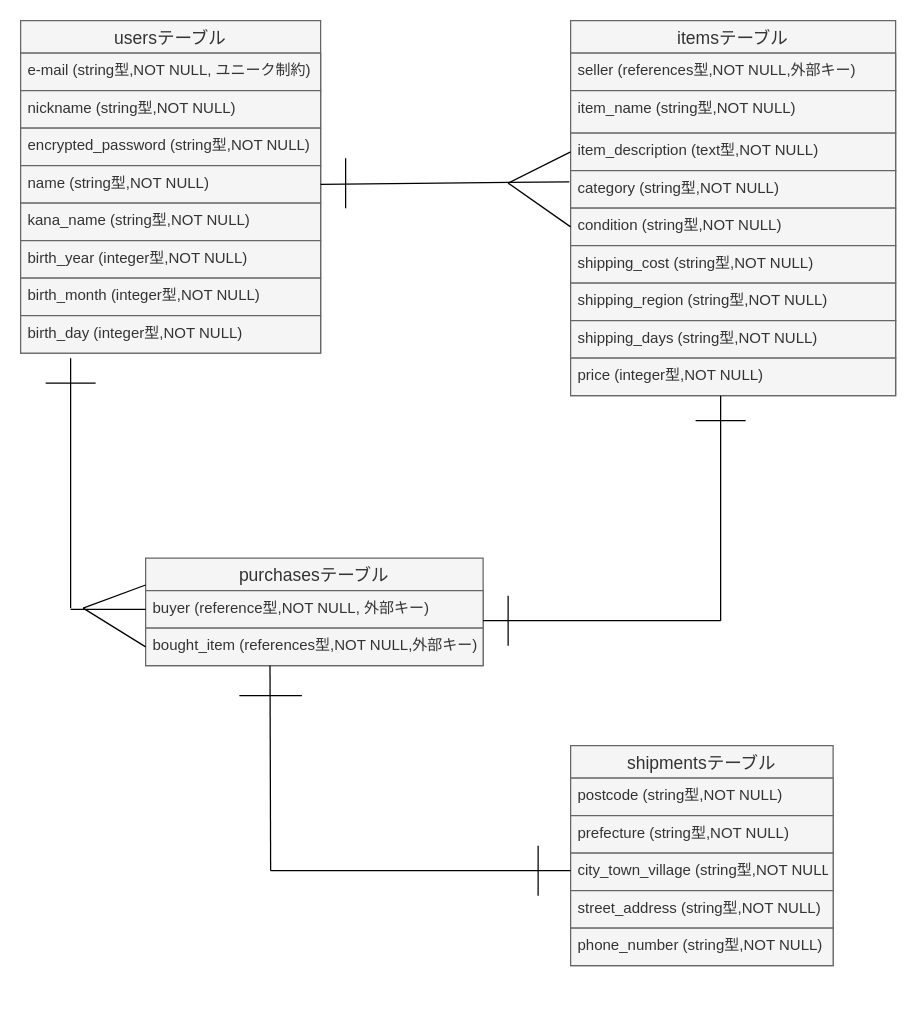
The draw.io diagram er.dio in BR9-2020/furima-39597, before the edit. Source tidied: cells renumbered, new cells numbered last; positions are measured from the earlier drawing's top-left corner, leaving out a move shared by most shapes. Both pictures are drawn from the tidied source at 125%, with x=0, y=0 at pixel (20, 20).
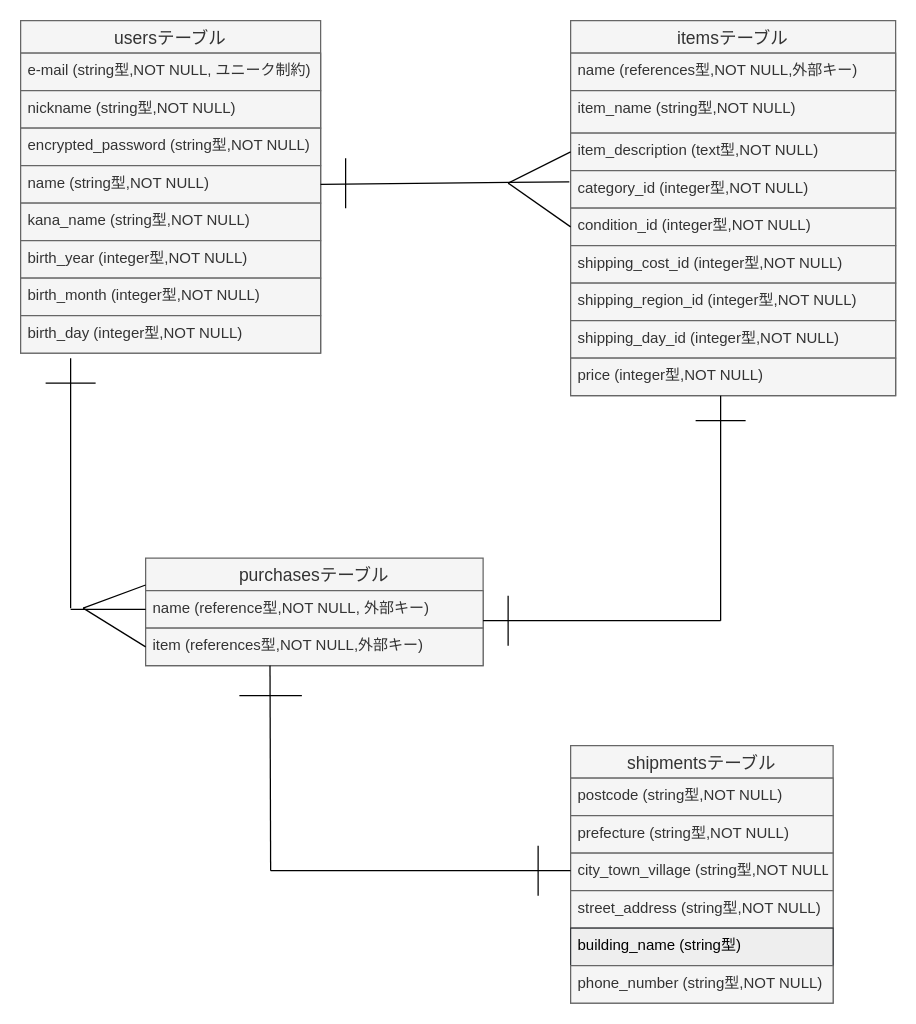
Above is the later version.

The change refers to these unchanged cells:
```xml
<mxCell id="11" value="itemsテーブル" style="swimlane;fontStyle=0;horizontal=1;startSize=26;align=center;fontSize=14;fillColor=#f5f5f5;fontColor=#333333;strokeColor=#666666;" parent="1" vertex="1">
  <mxGeometry x="440" width="260" height="300" as="geometry" />
</mxCell>
<mxCell id="21" value="purchasesテーブル" style="swimlane;fontStyle=0;horizontal=1;startSize=26;align=center;fontSize=14;fillColor=#f5f5f5;fontColor=#333333;strokeColor=#666666;" parent="1" vertex="1">
  <mxGeometry x="100" y="430" width="270" height="86" as="geometry" />
</mxCell>
```

The edit, as a diff of the source:
```diff
@@
-    <mxCell id="12" value="seller (references型,NOT NULL,外部キー)" style="text;strokeColor=#666666;fillColor=#f5f5f5;spacingLeft=4;spacingRight=4;overflow=hidden;fontSize=12;fontColor=#333333;" parent="11" vertex="1">
+    <mxCell id="12" value="name (references型,NOT NULL,外部キー)" style="text;strokeColor=#666666;fillColor=#f5f5f5;spacingLeft=4;spacingRight=4;overflow=hidden;fontSize=12;fontColor=#333333;" parent="11" vertex="1">
       <mxGeometry y="26" width="260" height="30" as="geometry" />
     </mxCell>
@@
-    <mxCell id="15" value="category (string型,NOT NULL)" style="text;strokeColor=#666666;fillColor=#f5f5f5;spacingLeft=4;spacingRight=4;overflow=hidden;points=[[0,0.5],[1,0.5]];portConstraint=eastwest;fontSize=12;fontColor=#333333;" parent="11" vertex="1">
+    <mxCell id="15" value="category_id (integer型,NOT NULL)" style="text;strokeColor=#666666;fillColor=#f5f5f5;spacingLeft=4;spacingRight=4;overflow=hidden;points=[[0,0.5],[1,0.5]];portConstraint=eastwest;fontSize=12;fontColor=#333333;" parent="11" vertex="1">
       <mxGeometry y="120" width="260" height="30" as="geometry" />
     </mxCell>
-    <mxCell id="16" value="condition (string型,NOT NULL)" style="text;strokeColor=#666666;fillColor=#f5f5f5;spacingLeft=4;spacingRight=4;overflow=hidden;points=[[0,0.5],[1,0.5]];portConstraint=eastwest;fontSize=12;fontColor=#333333;" parent="11" vertex="1">
+    <mxCell id="16" value="condition_id (integer型,NOT NULL)" style="text;strokeColor=#666666;fillColor=#f5f5f5;spacingLeft=4;spacingRight=4;overflow=hidden;points=[[0,0.5],[1,0.5]];portConstraint=eastwest;fontSize=12;fontColor=#333333;" parent="11" vertex="1">
       <mxGeometry y="150" width="260" height="30" as="geometry" />
     </mxCell>
-    <mxCell id="17" value="shipping_cost (string型,NOT NULL)" style="text;strokeColor=#666666;fillColor=#f5f5f5;spacingLeft=4;spacingRight=4;overflow=hidden;fontSize=12;fontColor=#333333;" parent="11" vertex="1">
+    <mxCell id="17" value="shipping_cost_id (integer型,NOT NULL)" style="text;strokeColor=#666666;fillColor=#f5f5f5;spacingLeft=4;spacingRight=4;overflow=hidden;fontSize=12;fontColor=#333333;" parent="11" vertex="1">
       <mxGeometry y="180" width="260" height="30" as="geometry" />
     </mxCell>
-    <mxCell id="18" value="shipping_region (string型,NOT NULL)" style="text;strokeColor=#666666;fillColor=#f5f5f5;spacingLeft=4;spacingRight=4;overflow=hidden;fontSize=12;fontColor=#333333;" parent="11" vertex="1">
+    <mxCell id="18" value="shipping_region_id (integer型,NOT NULL)" style="text;strokeColor=#666666;fillColor=#f5f5f5;spacingLeft=4;spacingRight=4;overflow=hidden;fontSize=12;fontColor=#333333;" parent="11" vertex="1">
       <mxGeometry y="210" width="260" height="30" as="geometry" />
     </mxCell>
-    <mxCell id="19" value="shipping_days (string型,NOT NULL)" style="text;strokeColor=#666666;fillColor=#f5f5f5;spacingLeft=4;spacingRight=4;overflow=hidden;fontSize=12;fontColor=#333333;" parent="11" vertex="1">
+    <mxCell id="19" value="shipping_day_id (integer型,NOT NULL)" style="text;strokeColor=#666666;fillColor=#f5f5f5;spacingLeft=4;spacingRight=4;overflow=hidden;fontSize=12;fontColor=#333333;" parent="11" vertex="1">
       <mxGeometry y="240" width="260" height="30" as="geometry" />
     </mxCell>
@@
-    <mxCell id="22" value="buyer (reference型,NOT NULL, 外部キー)" style="text;strokeColor=#666666;fillColor=#f5f5f5;spacingLeft=4;spacingRight=4;overflow=hidden;points=[[0,0.5],[1,0.5]];portConstraint=eastwest;fontSize=12;fontColor=#333333;" parent="21" vertex="1">
+    <mxCell id="22" value="name (reference型,NOT NULL, 外部キー)" style="text;strokeColor=#666666;fillColor=#f5f5f5;spacingLeft=4;spacingRight=4;overflow=hidden;points=[[0,0.5],[1,0.5]];portConstraint=eastwest;fontSize=12;fontColor=#333333;" parent="21" vertex="1">
       <mxGeometry y="26" width="270" height="30" as="geometry" />
     </mxCell>
-    <mxCell id="23" value="bought_item (references型,NOT NULL,外部キー)" style="text;strokeColor=#666666;fillColor=#f5f5f5;spacingLeft=4;spacingRight=4;overflow=hidden;points=[[0,0.5],[1,0.5]];portConstraint=eastwest;fontSize=12;fontColor=#333333;" parent="21" vertex="1">
+    <mxCell id="23" value="item (references型,NOT NULL,外部キー)" style="text;strokeColor=#666666;fillColor=#f5f5f5;spacingLeft=4;spacingRight=4;overflow=hidden;points=[[0,0.5],[1,0.5]];portConstraint=eastwest;fontSize=12;fontColor=#333333;" parent="21" vertex="1">
       <mxGeometry y="56" width="270" height="30" as="geometry" />
     </mxCell>
     <mxCell id="24" value="shipmentsテーブル" style="swimlane;fontStyle=0;horizontal=1;startSize=26;align=center;fontSize=14;fillColor=#f5f5f5;fontColor=#333333;strokeColor=#666666;" parent="1" vertex="1">
-      <mxGeometry x="440" y="580" width="210" height="176" as="geometry" />
+      <mxGeometry x="440" y="580" width="210" height="206" as="geometry" />
     </mxCell>
@@
+    <mxCell id="47" value="building_name (string型)" style="text;strokeColor=#36393d;fillColor=#eeeeee;spacingLeft=4;spacingRight=4;overflow=hidden;fontSize=12;fontColor=#000000;" parent="24" vertex="1">
+      <mxGeometry y="146" width="210" height="30" as="geometry" />
+    </mxCell>
     <mxCell id="29" value="phone_number (string型,NOT NULL)" style="text;strokeColor=#666666;fillColor=#f5f5f5;spacingLeft=4;spacingRight=4;overflow=hidden;fontSize=12;fontColor=#333333;" parent="24" vertex="1">
-      <mxGeometry y="146" width="210" height="30" as="geometry" />
+      <mxGeometry y="176" width="210" height="30" as="geometry" />
     </mxCell>
```
